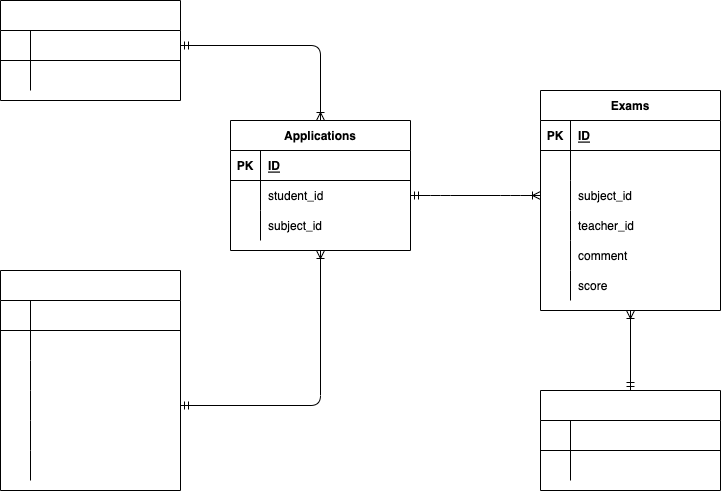
The draw.io diagram er_ensyuu.drawio.png in hijitetsu28/er_ensyu, before a commit. Source tidied: cells renumbered, new cells last; positions are measured from the earlier drawing's top-left corner, leaving out a move shared by most shapes.
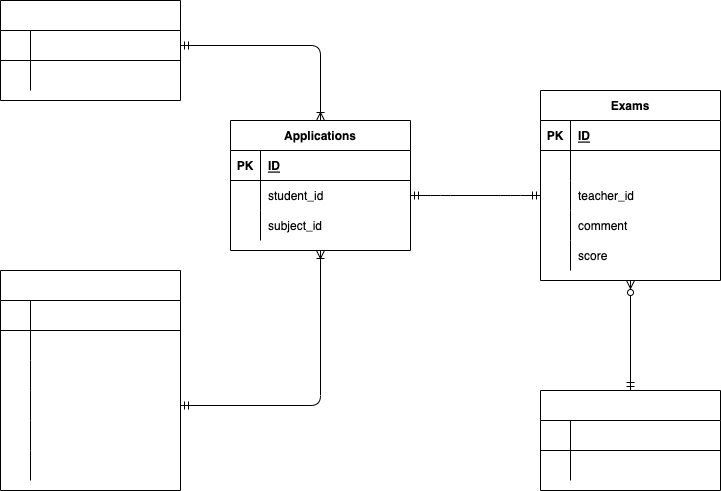
The same file after the commit.

What changed in the source:
```diff
@@ -3,7 +3,7 @@
     <mxCell id="0" />
     <mxCell id="1" parent="0" />
     <mxCell id="2" value="Exams" style="shape=table;startSize=30;rowLines=0;fontStyle=1;align=center;" parent="1" vertex="1">
-      <mxGeometry x="540" y="90" width="180" height="220" as="geometry" />
+      <mxGeometry x="540" y="90" width="180" height="190" as="geometry" />
     </mxCell>
     <mxCell id="3" style="shape=partialRectangle;fillColor=none;top=0;left=0;bottom=1;right=0;" parent="2" vertex="1">
       <mxGeometry y="30" width="180" height="30" as="geometry" />
@@ -20,20 +20,11 @@
     <mxCell id="7" style="shape=partialRectangle;fillColor=none;top=0;left=0;bottom=0;right=0;overflow=hidden;" parent="6" vertex="1">
       <mxGeometry width="30" height="30" as="geometry" />
     </mxCell>
-    <mxCell id="8" value="student_id" style="shape=partialRectangle;fillColor=none;top=0;left=0;bottom=0;right=0;align=left;spacingLeft=6;overflow=hidden;fontColor=#FFFFFF;" parent="6" vertex="1">
+    <mxCell id="8" value="Application_id" style="shape=partialRectangle;fillColor=none;top=0;left=0;bottom=0;right=0;align=left;spacingLeft=6;overflow=hidden;fontColor=#FFFFFF;" parent="6" vertex="1">
       <mxGeometry x="30" width="150" height="30" as="geometry" />
     </mxCell>
-    <mxCell id="9" style="shape=partialRectangle;fillColor=none;top=0;left=0;bottom=0;right=0;points=[[0,0.5],[1,0.5]];portConstraint=eastwest;" parent="2" vertex="1">
-      <mxGeometry y="90" width="180" height="30" as="geometry" />
-    </mxCell>
-    <mxCell id="10" style="shape=partialRectangle;fillColor=none;top=0;left=0;bottom=0;right=0;overflow=hidden;" parent="9" vertex="1">
-      <mxGeometry width="30" height="30" as="geometry" />
-    </mxCell>
-    <mxCell id="11" value="subject_id" style="shape=partialRectangle;fillColor=none;top=0;left=0;bottom=0;right=0;align=left;spacingLeft=6;overflow=hidden;" parent="9" vertex="1">
-      <mxGeometry x="30" width="150" height="30" as="geometry" />
-    </mxCell>
     <mxCell id="12" style="shape=partialRectangle;fillColor=none;top=0;left=0;bottom=0;right=0;points=[[0,0.5],[1,0.5]];portConstraint=eastwest;" parent="2" vertex="1">
-      <mxGeometry y="120" width="180" height="30" as="geometry" />
+      <mxGeometry y="90" width="180" height="30" as="geometry" />
     </mxCell>
     <mxCell id="13" style="shape=partialRectangle;fillColor=none;top=0;left=0;bottom=0;right=0;overflow=hidden;" parent="12" vertex="1">
       <mxGeometry width="30" height="30" as="geometry" />
@@ -42,7 +33,7 @@
       <mxGeometry x="30" width="150" height="30" as="geometry" />
     </mxCell>
     <mxCell id="15" style="shape=partialRectangle;fillColor=none;top=0;left=0;bottom=0;right=0;" parent="2" vertex="1">
-      <mxGeometry y="150" width="180" height="30" as="geometry" />
+      <mxGeometry y="120" width="180" height="30" as="geometry" />
     </mxCell>
     <mxCell id="16" style="shape=partialRectangle;fillColor=none;top=0;left=0;bottom=0;right=0;overflow=hidden;" parent="15" vertex="1">
       <mxGeometry width="30" height="30" as="geometry" />
@@ -51,7 +42,7 @@
       <mxGeometry x="30" width="150" height="30" as="geometry" />
     </mxCell>
     <mxCell id="18" style="shape=partialRectangle;fillColor=none;top=0;left=0;bottom=0;right=0;" parent="2" vertex="1">
-      <mxGeometry y="180" width="180" height="30" as="geometry" />
+      <mxGeometry y="150" width="180" height="30" as="geometry" />
     </mxCell>
     <mxCell id="19" style="shape=partialRectangle;fillColor=none;top=0;left=0;bottom=0;right=0;overflow=hidden;" parent="18" vertex="1">
       <mxGeometry width="30" height="30" as="geometry" />
@@ -158,9 +149,6 @@
     <mxCell id="53" value="name" style="shape=partialRectangle;fillColor=none;top=0;left=0;bottom=0;right=0;align=left;spacingLeft=6;overflow=hidden;fontColor=#FFFFFF;" parent="51" vertex="1">
       <mxGeometry x="30" width="150" height="30" as="geometry" />
     </mxCell>
-    <mxCell id="54" style="fontSize=12;html=1;endArrow=ERoneToMany;startArrow=ERmandOne;fontColor=#FFFFFF;exitX=0.5;exitY=0;exitDx=0;exitDy=0;entryX=0.5;entryY=1;entryDx=0;entryDy=0;" parent="1" edge="1" source="47" target="2">
-      <mxGeometry relative="1" as="geometry" />
-    </mxCell>
     <mxCell id="55" value="Applications" style="shape=table;startSize=30;rowLines=0;fontStyle=1;align=center;" parent="1" vertex="1">
       <mxGeometry x="230" y="120" width="180" height="130" as="geometry" />
     </mxCell>
@@ -197,8 +185,11 @@
     <mxCell id="66" style="edgeStyle=orthogonalEdgeStyle;fontSize=12;html=1;endArrow=ERoneToMany;startArrow=ERmandOne;exitX=1;exitY=0.5;exitDx=0;exitDy=0;entryX=0.5;entryY=1;entryDx=0;entryDy=0;" parent="1" edge="1" source="38" target="55">
       <mxGeometry relative="1" as="geometry" />
     </mxCell>
-    <mxCell id="67" style="edgeStyle=entityRelationEdgeStyle;fontSize=12;html=1;endArrow=ERoneToMany;startArrow=ERmandOne;entryX=0;entryY=0.5;entryDx=0;entryDy=0;exitX=1;exitY=0.5;exitDx=0;exitDy=0;" parent="1" edge="1" source="59" target="9">
-      <mxGeometry relative="1" as="geometry" />
-    </mxCell>
+    <mxCell id="68" style="edgeStyle=entityRelationEdgeStyle;fontSize=12;html=1;endArrow=ERmandOne;startArrow=ERmandOne;entryX=0;entryY=0.5;entryDx=0;entryDy=0;exitX=1;exitY=0.5;exitDx=0;exitDy=0;" parent="1" edge="1" source="59" target="12">
+      <mxGeometry relative="1" as="geometry" />
+    </mxCell>
+    <mxCell id="54" style="fontSize=12;html=1;endArrow=ERzeroToMany;startArrow=ERmandOne;entryX=0.5;entryY=1;entryDx=0;entryDy=0;exitX=0.5;exitY=0;exitDx=0;exitDy=0;" parent="1" edge="1" source="47" target="2">
+      <mxGeometry relative="1" as="geometry" />
+    </mxCell>
   </root>
 </mxGraphModel>
```
